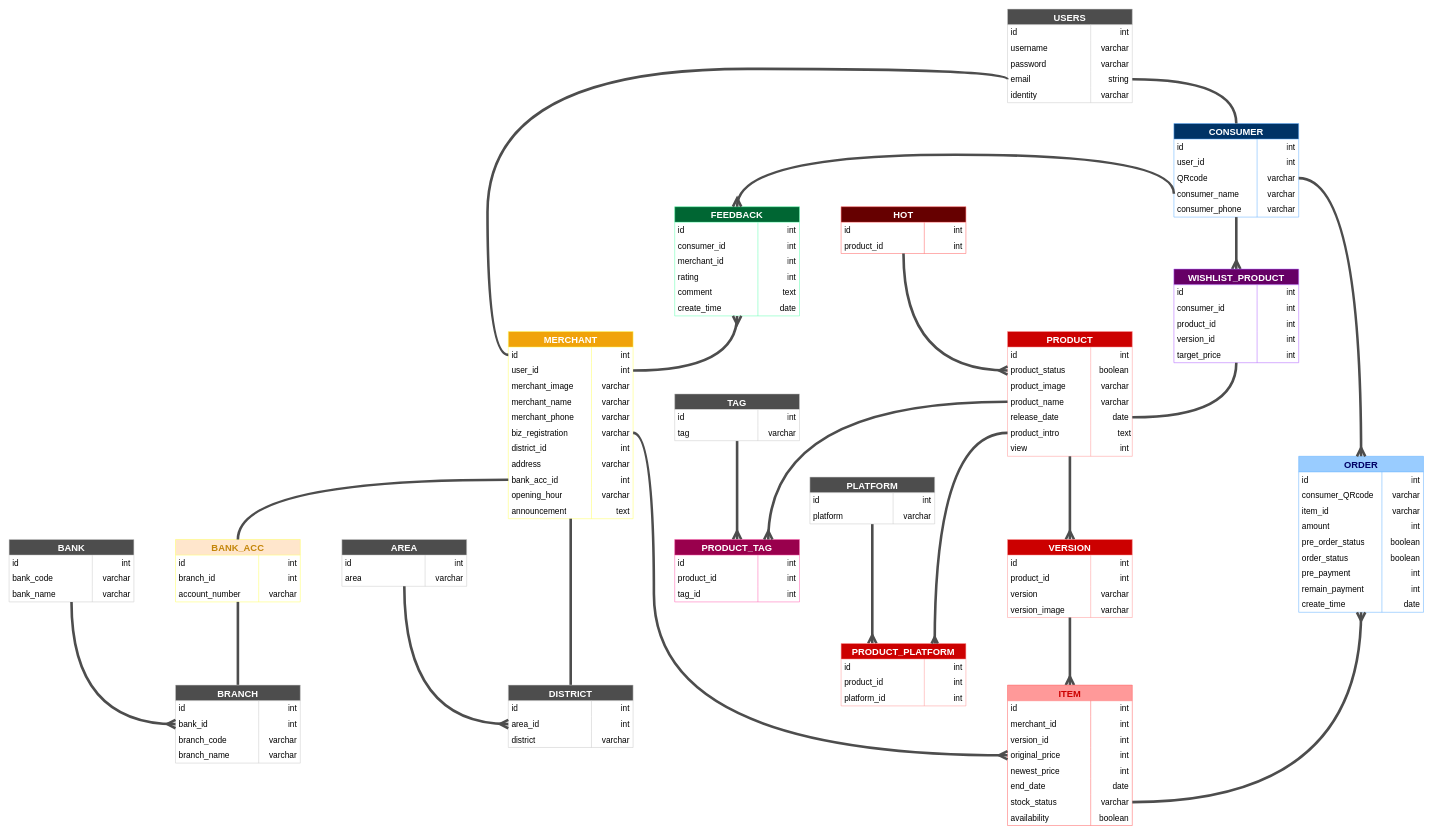
Above: guideline/sql_diagram/erd.drawio in Wils0nLin/FRD-Project (draw.io), before the change. Source tidied: cells renumbered, new cells numbered last; positions are measured from the earlier drawing's top-left corner, leaving out a move shared by most shapes. Both pictures are drawn from the tidied source at 52%, with x=0, y=0 at pixel (9, 9).
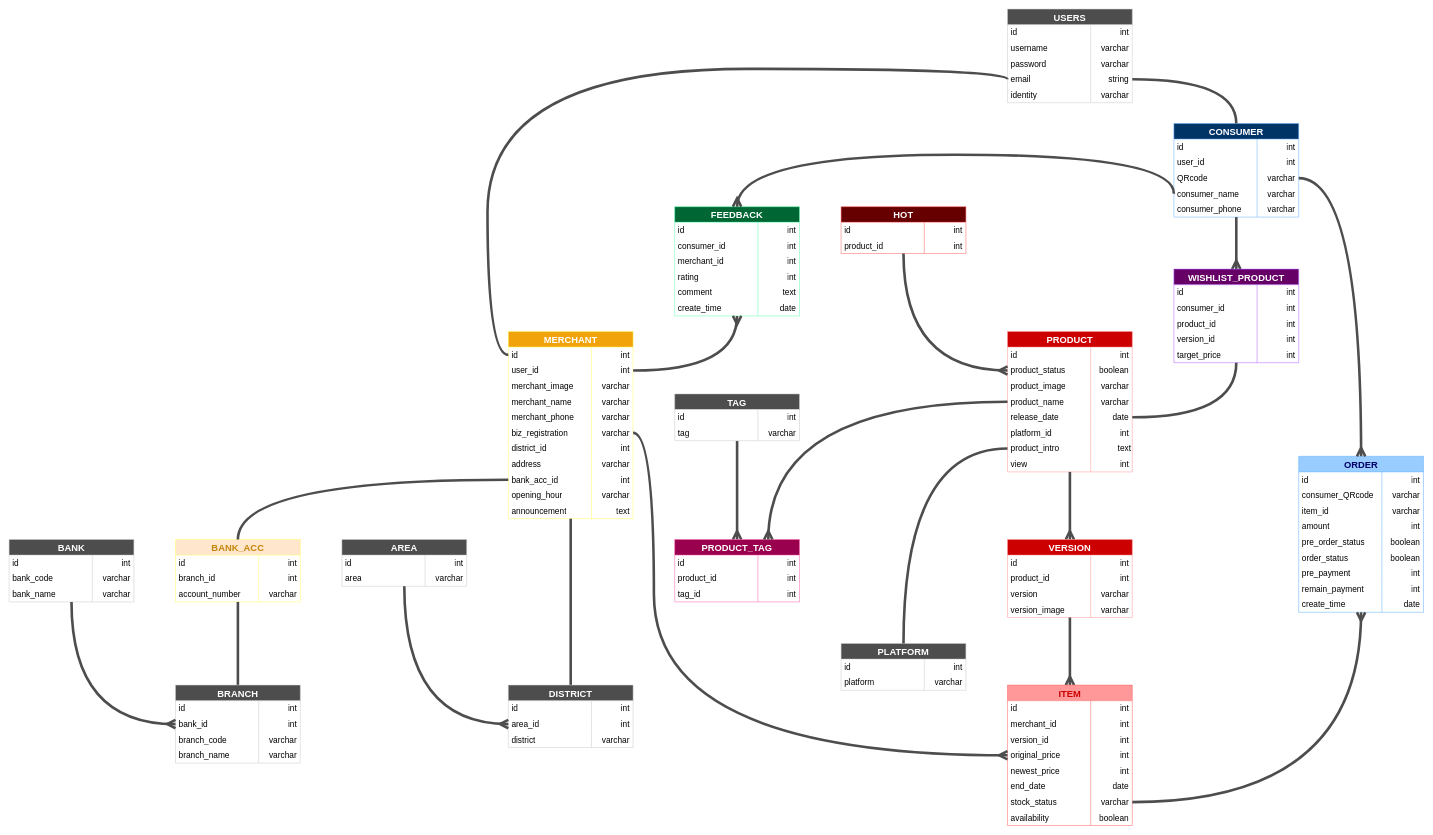
Above is the later version.

The edit, as a diff of the source:
```diff
@@
     <mxCell id="79" value="PRODUCT" style="shape=table;startSize=30;childLayout=tableLayout;rowLines=0;fontStyle=1;fontSize=18;labelBackgroundColor=none;fillColor=#CC0000;fontColor=#ffffff;strokeColor=#FF9999;swimlaneFillColor=default;" parent="1" vertex="1">
-      <mxGeometry x="1920" y="620" width="240" height="240" as="geometry" />
+      <mxGeometry x="1920" y="620" width="240" height="270" as="geometry" />
     </mxCell>
@@
+    <mxCell id="304" style="shape=tableRow;horizontal=0;startSize=0;swimlaneHead=0;swimlaneBody=0;top=0;left=0;bottom=0;right=0;fillColor=none;" parent="79" vertex="1">
+      <mxGeometry y="180" width="240" height="30" as="geometry" />
+    </mxCell>
+    <mxCell id="184" value="&amp;nbsp;platform_id" style="shape=partialRectangle;html=1;whiteSpace=wrap;fillColor=none;top=0;left=0;bottom=0;right=0;overflow=hidden;fontSize=16;align=left;" parent="304" vertex="1">
+      <mxGeometry width="160" height="30" as="geometry" />
+    </mxCell>
+    <mxCell id="305" value="int&amp;nbsp;" style="shape=partialRectangle;html=1;whiteSpace=wrap;fillColor=none;top=0;left=0;bottom=0;right=0;align=right;spacingLeft=6;overflow=hidden;fontSize=16;" parent="304" vertex="1">
+      <mxGeometry x="160" width="80" height="30" as="geometry" />
+    </mxCell>
     <mxCell id="95" style="shape=tableRow;horizontal=0;startSize=0;swimlaneHead=0;swimlaneBody=0;top=0;left=0;bottom=0;right=0;fillColor=none;points=[[0,0.5],[1,0.5]];portConstraint=eastwest;" parent="79" vertex="1">
-      <mxGeometry y="180" width="240" height="30" as="geometry" />
+      <mxGeometry y="210" width="240" height="30" as="geometry" />
     </mxCell>
@@
     <mxCell id="98" style="shape=tableRow;horizontal=0;startSize=0;swimlaneHead=0;swimlaneBody=0;top=0;left=0;bottom=0;right=0;fillColor=none;" parent="79" vertex="1">
-      <mxGeometry y="210" width="240" height="30" as="geometry" />
+      <mxGeometry y="240" width="240" height="30" as="geometry" />
     </mxCell>
@@
-    <mxCell id="175" style="edgeStyle=orthogonalEdgeStyle;curved=1;html=1;exitX=0.25;exitY=0;exitDx=0;exitDy=0;strokeColor=#4D4D4D;strokeWidth=5;endArrow=none;endFill=0;startSize=10;endSize=10;startArrow=ERmany;startFill=0;" parent="1" edge="1" source="176" target="296">
-      <mxGeometry relative="1" as="geometry" />
-    </mxCell>
-    <mxCell id="176" value="PRODUCT_PLATFORM" style="shape=table;startSize=30;childLayout=tableLayout;rowLines=0;fontStyle=1;fontSize=18;labelBackgroundColor=none;fillColor=#CC0000;fontColor=#ffffff;strokeColor=#FF9999;swimlaneFillColor=default;" parent="1" vertex="1">
-      <mxGeometry x="1600" y="1220" width="240" height="120" as="geometry" />
-    </mxCell>
-    <mxCell id="177" style="shape=tableRow;horizontal=0;startSize=0;swimlaneHead=0;swimlaneBody=0;top=0;left=0;bottom=0;right=0;fillColor=none;" parent="176" vertex="1">
-      <mxGeometry y="30" width="240" height="30" as="geometry" />
-    </mxCell>
-    <mxCell id="178" value="&amp;nbsp;id" style="shape=partialRectangle;html=1;whiteSpace=wrap;fillColor=none;top=0;left=0;bottom=0;right=0;overflow=hidden;align=left;fontSize=16;" parent="177" vertex="1">
-      <mxGeometry width="160" height="30" as="geometry" />
-    </mxCell>
-    <mxCell id="179" value="int&amp;nbsp;" style="shape=partialRectangle;html=1;whiteSpace=wrap;fillColor=none;top=0;left=0;bottom=0;right=0;align=right;spacingLeft=6;overflow=hidden;fontSize=16;" parent="177" vertex="1">
-      <mxGeometry x="160" width="80" height="30" as="geometry" />
-    </mxCell>
-    <mxCell id="180" style="shape=tableRow;horizontal=0;startSize=0;swimlaneHead=0;swimlaneBody=0;top=0;left=0;bottom=0;right=0;fillColor=none;" parent="176" vertex="1">
-      <mxGeometry y="60" width="240" height="30" as="geometry" />
-    </mxCell>
-    <mxCell id="181" value="&amp;nbsp;product_id" style="shape=partialRectangle;html=1;whiteSpace=wrap;fillColor=none;top=0;left=0;bottom=0;right=0;overflow=hidden;align=left;fontSize=16;" parent="180" vertex="1">
-      <mxGeometry width="160" height="30" as="geometry" />
-    </mxCell>
-    <mxCell id="182" value="int&amp;nbsp;" style="shape=partialRectangle;html=1;whiteSpace=wrap;fillColor=none;top=0;left=0;bottom=0;right=0;align=right;spacingLeft=6;overflow=hidden;fontSize=16;" parent="180" vertex="1">
-      <mxGeometry x="160" width="80" height="30" as="geometry" />
-    </mxCell>
-    <mxCell id="183" style="shape=tableRow;horizontal=0;startSize=0;swimlaneHead=0;swimlaneBody=0;top=0;left=0;bottom=0;right=0;fillColor=none;" parent="176" vertex="1">
-      <mxGeometry y="90" width="240" height="30" as="geometry" />
-    </mxCell>
-    <mxCell id="184" value="&amp;nbsp;platform_id" style="shape=partialRectangle;html=1;whiteSpace=wrap;fillColor=none;top=0;left=0;bottom=0;right=0;overflow=hidden;fontSize=16;align=left;" parent="183" vertex="1">
-      <mxGeometry width="160" height="30" as="geometry" />
-    </mxCell>
-    <mxCell id="185" value="int&amp;nbsp;" style="shape=partialRectangle;html=1;whiteSpace=wrap;fillColor=none;top=0;left=0;bottom=0;right=0;align=right;spacingLeft=6;overflow=hidden;fontSize=16;" parent="183" vertex="1">
-      <mxGeometry x="160" width="80" height="30" as="geometry" />
-    </mxCell>
@@
-    <mxCell id="287" style="edgeStyle=orthogonalEdgeStyle;curved=1;html=1;exitX=0;exitY=0.5;exitDx=0;exitDy=0;entryX=0.75;entryY=0;entryDx=0;entryDy=0;strokeColor=#4D4D4D;strokeWidth=5;fontSize=16;fontColor=#C4860A;startArrow=none;startFill=0;endArrow=ERmany;endFill=0;startSize=10;endSize=10;" parent="1" edge="1" target="176">
-      <mxGeometry relative="1" as="geometry" />
-    </mxCell>
@@
     <mxCell id="296" value="PLATFORM" style="shape=table;startSize=30;childLayout=tableLayout;rowLines=0;fontStyle=1;fontSize=18;labelBackgroundColor=none;fillColor=#4D4D4D;fontColor=#ffffff;strokeColor=#CCCCCC;swimlaneFillColor=default;" parent="1" vertex="1">
-      <mxGeometry x="1540" y="900" width="240" height="90" as="geometry" />
+      <mxGeometry x="1600" y="1220" width="240" height="90" as="geometry" />
     </mxCell>
@@
-    <mxCell id="303" style="edgeStyle=orthogonalEdgeStyle;curved=1;html=1;exitX=0;exitY=0.5;exitDx=0;exitDy=0;entryX=0.75;entryY=0;entryDx=0;entryDy=0;strokeColor=#4D4D4D;strokeWidth=5;endArrow=ERmany;endFill=0;" parent="1" edge="1" source="95" target="176">
+    <mxCell id="303" style="edgeStyle=orthogonalEdgeStyle;curved=1;html=1;exitX=0;exitY=0.5;exitDx=0;exitDy=0;strokeColor=#4D4D4D;strokeWidth=5;endArrow=none;endFill=0;" parent="1" edge="1" source="95" target="296">
       <mxGeometry relative="1" as="geometry" />
     </mxCell>
```
